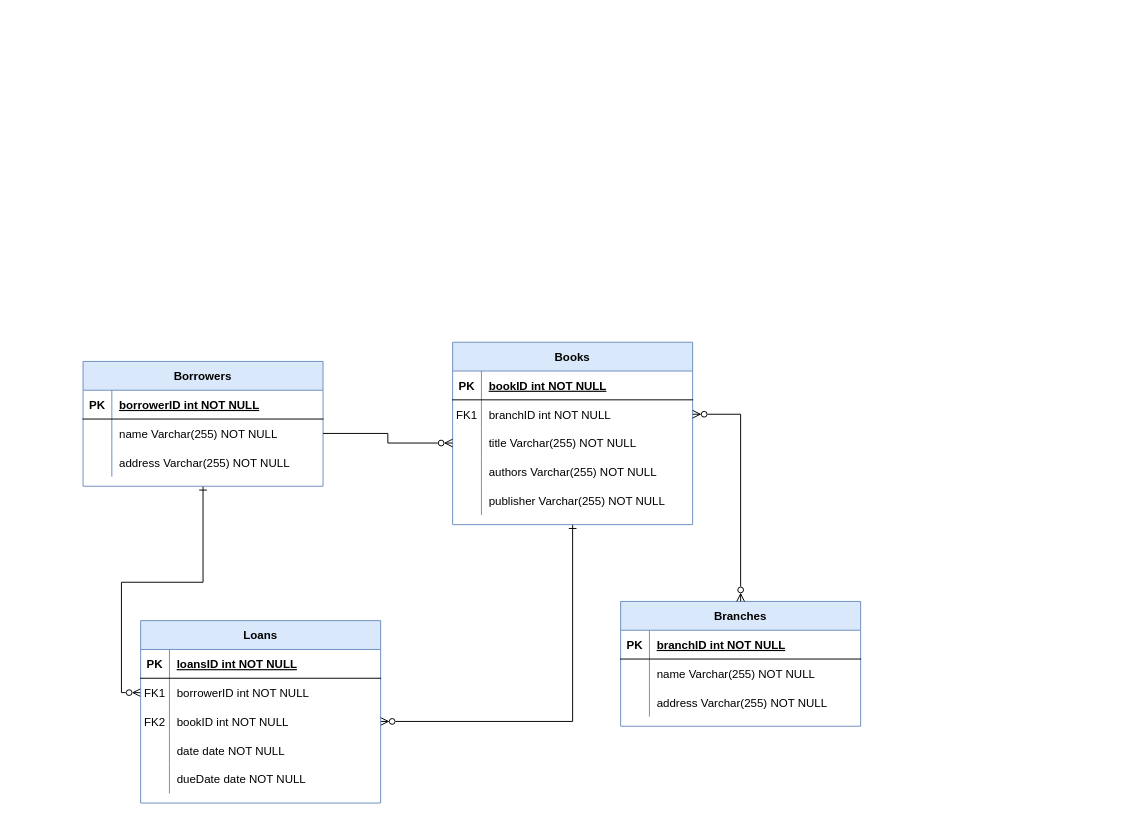
The draw.io diagram LibrarySystem.drawio in GustavsenSj/Gruppe5, before the edit. Source tidied: cells renumbered, new cells numbered last; positions are measured from the earlier drawing's top-left corner, leaving out a move shared by most shapes. Both pictures are drawn from the tidied source at 96%, with x=0, y=0 at pixel (83, 342).
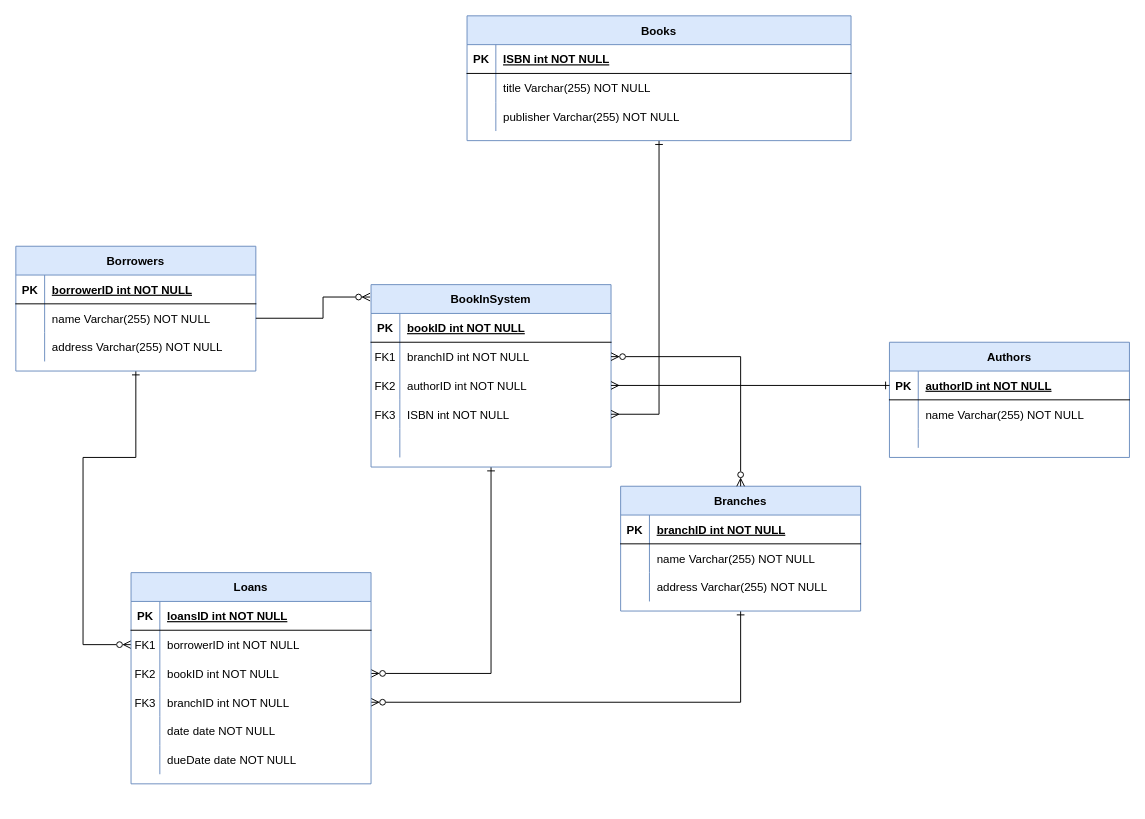
The same page after the edit.

The change refers to these unchanged cells:
```xml
<mxCell id="16" style="shape=partialRectangle;fillColor=none;top=0;left=0;right=0;bottom=0;" parent="3" vertex="1">
  <mxGeometry y="150" width="250" height="30" as="geometry" />
</mxCell>
<mxCell id="34" style="shape=partialRectangle;fillColor=none;points=[[0,0.5],[1,0.5]];portConstraint=eastwest;top=0;left=0;right=0;bottom=0;" parent="30" vertex="1">
  <mxGeometry y="60" width="250" height="30" as="geometry" />
</mxCell>
<mxCell id="44" style="shape=partialRectangle;fillColor=none;points=[[0,0.5],[1,0.5]];portConstraint=eastwest;top=0;left=0;right=0;bottom=0;" parent="40" vertex="1">
  <mxGeometry y="60" width="250" height="30" as="geometry" />
</mxCell>
```

Change to the diagram source:
```diff
@@
-    <mxCell id="3" value="Books" style="shape=table;startSize=30;childLayout=tableLayout;rowLines=0;fontStyle=1;align=center;fillColor=#dae8fc;strokeColor=#6c8ebf;" parent="1" vertex="1">
-      <mxGeometry x="385" width="250" height="190" as="geometry" />
+    <mxCell id="3" value="BookInSystem" style="shape=table;startSize=30;childLayout=tableLayout;rowLines=0;fontStyle=1;align=center;fillColor=#dae8fc;strokeColor=#6c8ebf;" parent="1" vertex="1">
+      <mxGeometry x="300" y="-60" width="250" height="190" as="geometry" />
     </mxCell>
@@
+    <mxCell id="13" style="shape=partialRectangle;fillColor=none;points=[[0,0.5],[1,0.5]];portConstraint=eastwest;top=0;left=0;right=0;bottom=0;" parent="3" vertex="1">
+      <mxGeometry y="90" width="250" height="30" as="geometry" />
+    </mxCell>
+    <mxCell id="14" value="FK2" style="shape=partialRectangle;overflow=hidden;fillColor=none;top=0;left=0;bottom=0;right=0;" parent="13" vertex="1">
+      <mxGeometry width="30" height="30" as="geometry" />
+    </mxCell>
+    <mxCell id="15" value="authorID int NOT NULL" style="shape=partialRectangle;overflow=hidden;fillColor=none;top=0;left=0;bottom=0;right=0;align=left;spacingLeft=6;" parent="13" vertex="1">
+      <mxGeometry x="30" width="220" height="30" as="geometry" />
+    </mxCell>
     <mxCell id="10" style="shape=partialRectangle;fillColor=none;points=[[0,0.5],[1,0.5]];portConstraint=eastwest;top=0;left=0;right=0;bottom=0;" parent="3" vertex="1">
-      <mxGeometry y="90" width="250" height="30" as="geometry" />
+      <mxGeometry y="120" width="250" height="30" as="geometry" />
     </mxCell>
-    <mxCell id="11" style="shape=partialRectangle;overflow=hidden;fillColor=none;top=0;left=0;bottom=0;right=0;" parent="10" vertex="1">
+    <mxCell id="11" value="FK3" style="shape=partialRectangle;overflow=hidden;fillColor=none;top=0;left=0;bottom=0;right=0;" parent="10" vertex="1">
       <mxGeometry width="30" height="30" as="geometry" />
     </mxCell>
-    <mxCell id="12" value="title Varchar(255) NOT NULL" style="shape=partialRectangle;overflow=hidden;fillColor=none;top=0;left=0;bottom=0;right=0;align=left;spacingLeft=6;" parent="10" vertex="1">
+    <mxCell id="12" value="ISBN int NOT NULL" style="shape=partialRectangle;overflow=hidden;fillColor=none;top=0;left=0;bottom=0;right=0;align=left;spacingLeft=6;" parent="10" vertex="1">
       <mxGeometry x="30" width="220" height="30" as="geometry" />
     </mxCell>
-    <mxCell id="13" style="shape=partialRectangle;fillColor=none;points=[[0,0.5],[1,0.5]];portConstraint=eastwest;top=0;left=0;right=0;bottom=0;" parent="3" vertex="1">
-      <mxGeometry y="120" width="250" height="30" as="geometry" />
-    </mxCell>
-    <mxCell id="14" style="shape=partialRectangle;overflow=hidden;fillColor=none;top=0;left=0;bottom=0;right=0;" parent="13" vertex="1">
-      <mxGeometry width="30" height="30" as="geometry" />
-    </mxCell>
-    <mxCell id="15" value="authors Varchar(255) NOT NULL" style="shape=partialRectangle;overflow=hidden;fillColor=none;top=0;left=0;bottom=0;right=0;align=left;spacingLeft=6;" parent="13" vertex="1">
-      <mxGeometry x="30" width="220" height="30" as="geometry" />
-    </mxCell>
@@
-    <mxCell id="18" value="publisher Varchar(255) NOT NULL" style="shape=partialRectangle;overflow=hidden;fillColor=none;top=0;left=0;bottom=0;right=0;align=left;spacingLeft=6;" parent="16" vertex="1">
+    <mxCell id="18" style="shape=partialRectangle;overflow=hidden;fillColor=none;top=0;left=0;bottom=0;right=0;align=left;spacingLeft=6;" parent="16" vertex="1">
       <mxGeometry x="30" width="220" height="30" as="geometry" />
     </mxCell>
+    <mxCell id="58" style="edgeStyle=orthogonalEdgeStyle;rounded=0;jettySize=auto;html=1;endArrow=ERzeroToMany;endFill=0;startArrow=ERone;startFill=0;entryX=1;entryY=0.5;entryDx=0;entryDy=0;" parent="1" edge="1" source="19" target="59">
+      <mxGeometry relative="1" as="geometry">
+        <Array as="points">
+          <mxPoint x="685" y="375" />
+        </Array>
+      </mxGeometry>
+    </mxCell>
     <mxCell id="19" value="Branches" style="shape=table;startSize=30;childLayout=tableLayout;rowLines=0;fontStyle=1;align=center;fillColor=#dae8fc;strokeColor=#6c8ebf;" parent="1" vertex="1">
-      <mxGeometry x="560" y="270" width="250" height="130" as="geometry" />
+      <mxGeometry x="560" y="150" width="250" height="130" as="geometry" />
     </mxCell>
@@
-    <mxCell id="29" style="edgeStyle=orthogonalEdgeStyle;rounded=0;jettySize=auto;html=1;exitX=0.5;exitY=1;exitDx=0;exitDy=0;entryX=0;entryY=0.5;entryDx=0;entryDy=0;startArrow=ERone;startFill=0;endArrow=ERzeroToMany;endFill=0;" parent="1" edge="1" source="30" target="44">
-      <mxGeometry relative="1" as="geometry" />
+    <mxCell id="29" style="edgeStyle=orthogonalEdgeStyle;rounded=0;jettySize=auto;html=1;entryX=0;entryY=0.5;entryDx=0;entryDy=0;startArrow=ERone;startFill=0;endArrow=ERzeroToMany;endFill=0;exitX=0.5;exitY=1;exitDx=0;exitDy=0;" parent="1" edge="1" source="30" target="44">
+      <mxGeometry relative="1" as="geometry">
+        <Array as="points">
+          <mxPoint x="55" y="120" />
+          <mxPoint y="120" />
+          <mxPoint y="315" />
+        </Array>
+      </mxGeometry>
     </mxCell>
     <mxCell id="30" value="Borrowers" style="shape=table;startSize=30;childLayout=tableLayout;rowLines=0;fontStyle=1;align=center;fillColor=#dae8fc;strokeColor=#6c8ebf;" parent="1" vertex="1">
-      <mxGeometry y="20" width="250" height="130" as="geometry" />
+      <mxGeometry x="-70" y="-100" width="250" height="130" as="geometry" />
     </mxCell>
@@
     <mxCell id="40" value="Loans" style="shape=table;startSize=30;childLayout=tableLayout;rowLines=0;fontStyle=1;align=center;fillColor=#dae8fc;strokeColor=#6c8ebf;" parent="1" vertex="1">
-      <mxGeometry x="60" y="290" width="250" height="190" as="geometry" />
+      <mxGeometry x="50" y="240" width="250" height="220" as="geometry" />
     </mxCell>
@@
+    <mxCell id="59" style="shape=partialRectangle;fillColor=none;points=[[0,0.5],[1,0.5]];portConstraint=eastwest;top=0;left=0;right=0;bottom=0;" parent="40" vertex="1">
+      <mxGeometry y="120" width="250" height="30" as="geometry" />
+    </mxCell>
+    <mxCell id="60" value="FK3" style="shape=partialRectangle;overflow=hidden;fillColor=none;top=0;left=0;bottom=0;right=0;" parent="59" vertex="1">
+      <mxGeometry width="30" height="30" as="geometry" />
+    </mxCell>
+    <mxCell id="61" value="branchID int NOT NULL" style="shape=partialRectangle;overflow=hidden;fillColor=none;top=0;left=0;bottom=0;right=0;align=left;spacingLeft=6;" parent="59" vertex="1">
+      <mxGeometry x="30" width="220" height="30" as="geometry" />
+    </mxCell>
     <mxCell id="50" style="shape=partialRectangle;fillColor=none;top=0;left=0;right=0;bottom=0;" parent="40" vertex="1">
-      <mxGeometry y="120" width="250" height="30" as="geometry" />
+      <mxGeometry y="150" width="250" height="30" as="geometry" />
     </mxCell>
@@
     <mxCell id="53" style="shape=partialRectangle;fillColor=none;top=0;left=0;right=0;bottom=0;" parent="40" vertex="1">
-      <mxGeometry y="150" width="250" height="30" as="geometry" />
+      <mxGeometry y="180" width="250" height="30" as="geometry" />
     </mxCell>
@@
-    <mxCell id="57" style="edgeStyle=orthogonalEdgeStyle;rounded=0;jettySize=auto;html=1;exitX=1;exitY=0.5;exitDx=0;exitDy=0;entryX=0;entryY=0.5;entryDx=0;entryDy=0;startArrow=none;startFill=0;endArrow=ERzeroToMany;endFill=0;" parent="1" edge="1" source="34" target="10">
-      <mxGeometry relative="1" as="geometry" />
+    <mxCell id="57" style="edgeStyle=orthogonalEdgeStyle;rounded=0;jettySize=auto;html=1;exitX=1;exitY=0.5;exitDx=0;exitDy=0;entryX=-0.004;entryY=0.068;entryDx=0;entryDy=0;startArrow=none;startFill=0;endArrow=ERzeroToMany;endFill=0;entryPerimeter=0;" parent="1" edge="1" source="34" target="3">
+      <mxGeometry relative="1" as="geometry">
+        <Array as="points">
+          <mxPoint x="250" y="-25" />
+          <mxPoint x="250" y="-47" />
+        </Array>
+      </mxGeometry>
     </mxCell>
+    <mxCell id="62" value="Authors" style="shape=table;startSize=30;childLayout=tableLayout;rowLines=0;fontStyle=1;align=center;fillColor=#dae8fc;strokeColor=#6c8ebf;" parent="1" vertex="1">
+      <mxGeometry x="840" width="250" height="120" as="geometry" />
+    </mxCell>
+    <mxCell id="63" style="shape=partialRectangle;fillColor=none;points=[[0,0.5],[1,0.5]];portConstraint=eastwest;top=0;left=0;right=0;bottom=1;" parent="62" vertex="1">
+      <mxGeometry y="30" width="250" height="30" as="geometry" />
+    </mxCell>
+    <mxCell id="64" value="PK" style="shape=partialRectangle;overflow=hidden;fillColor=none;top=0;left=0;bottom=0;right=0;fontStyle=1;" parent="63" vertex="1">
+      <mxGeometry width="30" height="30" as="geometry" />
+    </mxCell>
+    <mxCell id="65" value="authorID int NOT NULL" style="shape=partialRectangle;overflow=hidden;fillColor=none;top=0;left=0;bottom=0;right=0;align=left;spacingLeft=6;fontStyle=5;" parent="63" vertex="1">
+      <mxGeometry x="30" width="220" height="30" as="geometry" />
+    </mxCell>
+    <mxCell id="66" style="shape=partialRectangle;fillColor=none;top=0;left=0;right=0;bottom=0;" parent="62" vertex="1">
+      <mxGeometry y="60" width="250" height="30" as="geometry" />
+    </mxCell>
+    <mxCell id="67" style="shape=partialRectangle;overflow=hidden;fillColor=none;top=0;left=0;bottom=0;right=0;" parent="66" vertex="1">
+      <mxGeometry width="30" height="30" as="geometry" />
+    </mxCell>
+    <mxCell id="68" value="name Varchar(255) NOT NULL" style="shape=partialRectangle;overflow=hidden;fillColor=none;top=0;left=0;bottom=0;right=0;align=left;spacingLeft=6;" parent="66" vertex="1">
+      <mxGeometry x="30" width="220" height="30" as="geometry" />
+    </mxCell>
+    <mxCell id="69" style="shape=partialRectangle;fillColor=none;top=0;left=0;right=0;bottom=0;" parent="62" vertex="1">
+      <mxGeometry y="90" width="250" height="20" as="geometry" />
+    </mxCell>
+    <mxCell id="70" style="shape=partialRectangle;overflow=hidden;fillColor=none;top=0;left=0;bottom=0;right=0;" parent="69" vertex="1">
+      <mxGeometry width="30" height="20" as="geometry" />
+    </mxCell>
+    <mxCell id="71" style="shape=partialRectangle;overflow=hidden;fillColor=none;top=0;left=0;bottom=0;right=0;align=left;spacingLeft=6;" parent="69" vertex="1">
+      <mxGeometry x="30" width="220" height="20" as="geometry" />
+    </mxCell>
+    <mxCell id="72" style="edgeStyle=orthogonalEdgeStyle;rounded=0;jettySize=auto;html=1;exitX=0.5;exitY=1;exitDx=0;exitDy=0;entryX=1;entryY=0.5;entryDx=0;entryDy=0;endArrow=ERmany;endFill=0;startArrow=ERone;startFill=0;" parent="1" edge="1" source="73" target="10">
+      <mxGeometry relative="1" as="geometry" />
+    </mxCell>
+    <mxCell id="73" value="Books" style="shape=table;startSize=30;childLayout=tableLayout;rowLines=0;fontStyle=1;align=center;fillColor=#dae8fc;strokeColor=#6c8ebf;" parent="1" vertex="1">
+      <mxGeometry x="400" y="-340" width="400" height="130" as="geometry" />
+    </mxCell>
+    <mxCell id="74" style="shape=partialRectangle;fillColor=none;top=0;left=0;right=0;bottom=1;" parent="73" vertex="1">
+      <mxGeometry y="30" width="400" height="30" as="geometry" />
+    </mxCell>
+    <mxCell id="75" value="PK" style="shape=partialRectangle;overflow=hidden;fillColor=none;top=0;left=0;bottom=0;right=0;fontStyle=1;" parent="74" vertex="1">
+      <mxGeometry width="30" height="30" as="geometry" />
+    </mxCell>
+    <mxCell id="76" value="ISBN int NOT NULL " style="shape=partialRectangle;overflow=hidden;fillColor=none;top=0;left=0;bottom=0;right=0;align=left;spacingLeft=6;fontStyle=5;" parent="74" vertex="1">
+      <mxGeometry x="30" width="370" height="30" as="geometry" />
+    </mxCell>
+    <mxCell id="77" style="shape=partialRectangle;fillColor=none;top=0;left=0;right=0;bottom=0;" parent="73" vertex="1">
+      <mxGeometry y="60" width="400" height="30" as="geometry" />
+    </mxCell>
+    <mxCell id="78" style="shape=partialRectangle;overflow=hidden;fillColor=none;top=0;left=0;bottom=0;right=0;" parent="77" vertex="1">
+      <mxGeometry width="30" height="30" as="geometry" />
+    </mxCell>
+    <mxCell id="79" value="title Varchar(255) NOT NULL" style="shape=partialRectangle;overflow=hidden;fillColor=none;top=0;left=0;bottom=0;right=0;align=left;spacingLeft=6;" parent="77" vertex="1">
+      <mxGeometry x="30" width="370" height="30" as="geometry" />
+    </mxCell>
+    <mxCell id="80" style="shape=partialRectangle;fillColor=none;top=0;left=0;right=0;bottom=0;" parent="73" vertex="1">
+      <mxGeometry y="90" width="400" height="30" as="geometry" />
+    </mxCell>
+    <mxCell id="81" style="shape=partialRectangle;overflow=hidden;fillColor=none;top=0;left=0;bottom=0;right=0;" parent="80" vertex="1">
+      <mxGeometry width="30" height="30" as="geometry" />
+    </mxCell>
+    <mxCell id="82" value="publisher Varchar(255) NOT NULL" style="shape=partialRectangle;overflow=hidden;fillColor=none;top=0;left=0;bottom=0;right=0;align=left;spacingLeft=6;" parent="80" vertex="1">
+      <mxGeometry x="30" width="370" height="30" as="geometry" />
+    </mxCell>
+    <mxCell id="83" style="edgeStyle=orthogonalEdgeStyle;rounded=0;jettySize=auto;html=1;exitX=0;exitY=0.5;exitDx=0;exitDy=0;entryX=1;entryY=0.5;entryDx=0;entryDy=0;startArrow=ERone;startFill=0;endArrow=ERmany;endFill=0;" parent="1" edge="1" source="63" target="13">
+      <mxGeometry relative="1" as="geometry" />
+    </mxCell>
```
